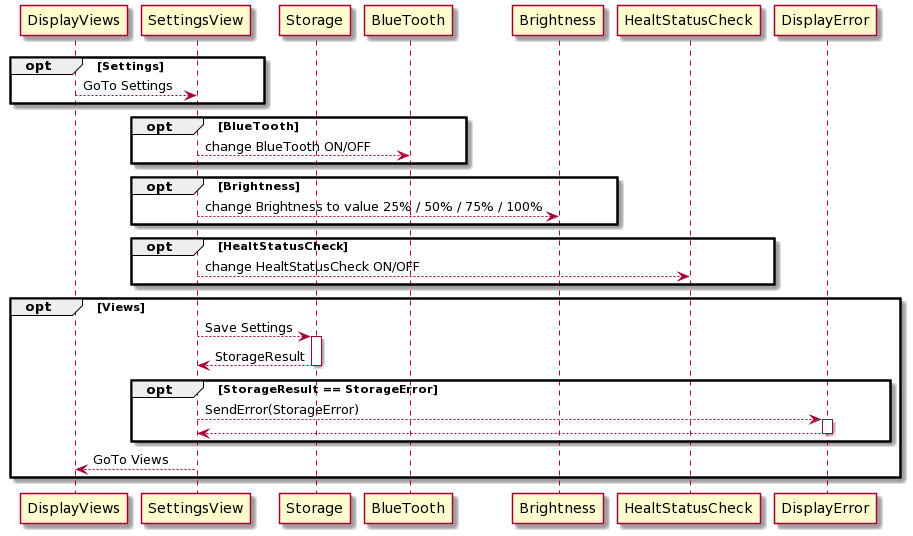
The PlantUML diagram uml/sequence_diagrams/Settings.png in markroche92/sw-eng-smart-watch, before a commit. Its diagram source:
```plantuml
@startuml
participant DisplayViews
participant SettingsView
participant Storage
participant BlueTooth
participant Brightness
participant HealtStatusCheck
participant DisplayError

opt Settings
  DisplayViews --> SettingsView : GoTo Settings
end
opt BlueTooth
  SettingsView --> BlueTooth: change BlueTooth ON/OFF
end
opt Brightness
  SettingsView --> Brightness: change Brightness to value 25% / 50% / 75% / 100%
end
opt HealtStatusCheck
  SettingsView --> HealtStatusCheck: change HealtStatusCheck ON/OFF
end
opt Views
  SettingsView --> Storage: Save Settings
  Activate Storage
  Storage --> SettingsView : StorageResult
  Deactivate Storage
opt StorageResult == StorageError
  SettingsView --> DisplayError : SendError(StorageError)
  Activate DisplayError
  DisplayError --> SettingsView
  Deactivate DisplayError
end
  SettingsView --> DisplayViews : GoTo Views
end
@enduml
```
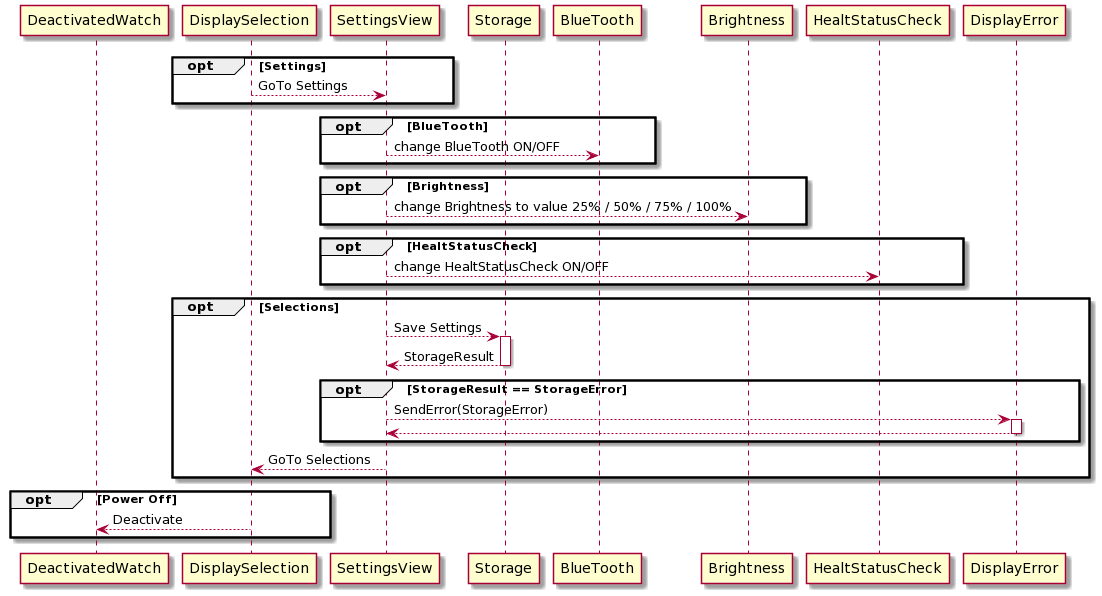
After the change.

Change to the diagram source:
```diff
@@ -1,5 +1,6 @@
 @startuml
-participant DisplayViews
+participant DeactivatedWatch
+participant DisplaySelection
 participant SettingsView
 participant Storage
 participant BlueTooth
@@ -8,7 +9,7 @@
 participant DisplayError
 
 opt Settings
-  DisplayViews --> SettingsView : GoTo Settings
+  DisplaySelection --> SettingsView : GoTo Settings
 end
 opt BlueTooth
   SettingsView --> BlueTooth: change BlueTooth ON/OFF
@@ -19,7 +20,7 @@
 opt HealtStatusCheck
   SettingsView --> HealtStatusCheck: change HealtStatusCheck ON/OFF
 end
-opt Views
+opt Selections
   SettingsView --> Storage: Save Settings
   Activate Storage
   Storage --> SettingsView : StorageResult
@@ -30,6 +31,9 @@
   DisplayError --> SettingsView
   Deactivate DisplayError
 end
-  SettingsView --> DisplayViews : GoTo Views
+  SettingsView --> DisplaySelection : GoTo Selections
+end
+opt Power Off
+  DisplaySelection --> DeactivatedWatch : Deactivate
 end
 @enduml
```
